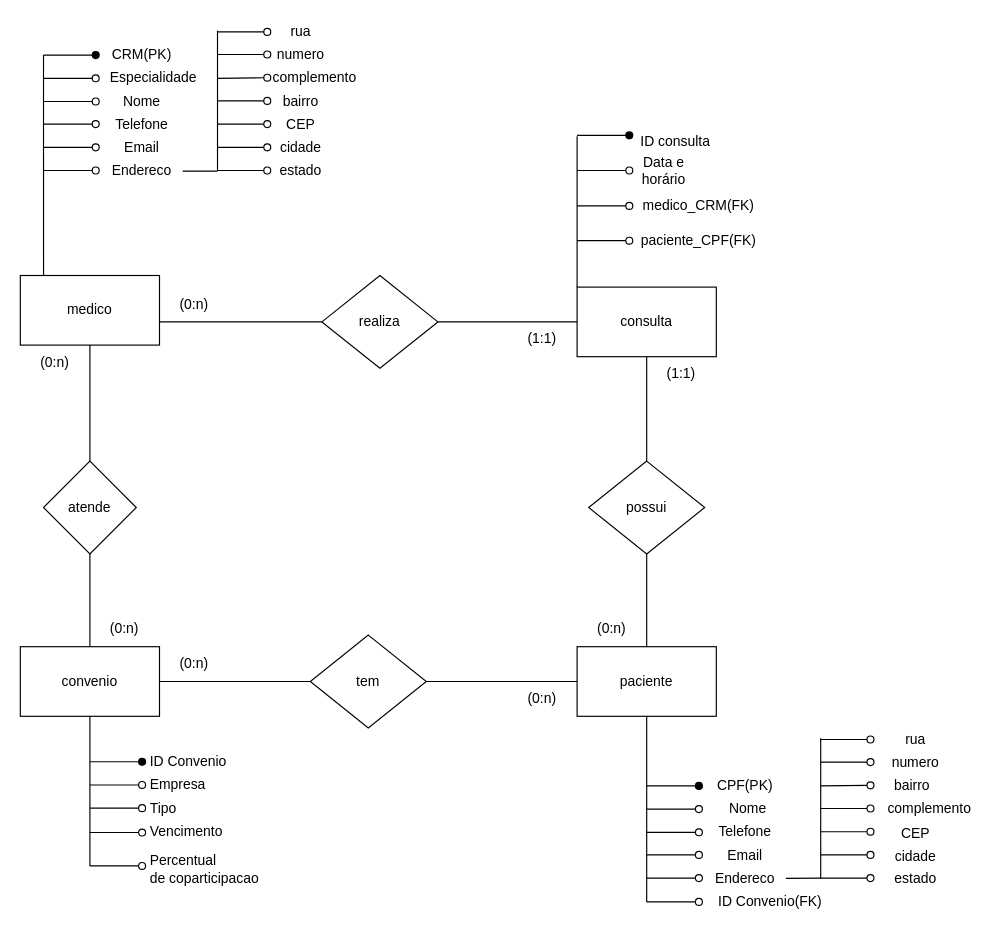
Above: Diagrama sem nome.drawio in MatheusPomper/Matheus-Pomper (draw.io), before the change. Source tidied: cells renumbered, new cells numbered last; positions are measured from the earlier drawing's top-left corner, leaving out a move shared by most shapes. Both pictures are drawn from the tidied source at 116%, with x=0, y=0 at pixel (20, 20).
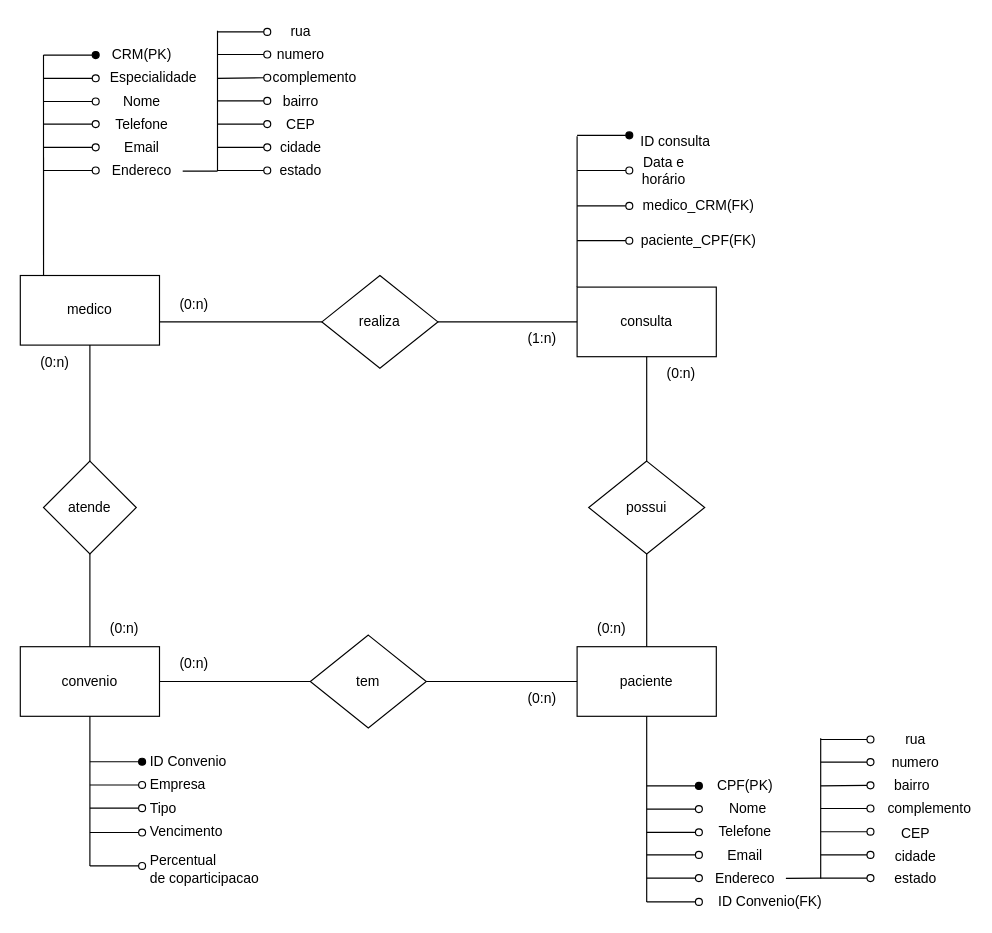
The same page after the edit.

Change to the diagram source:
```diff
@@
-    <mxCell id="96" value="(1:1)" style="text;html=1;align=center;verticalAlign=middle;whiteSpace=wrap;rounded=0;" parent="1" vertex="1">
+    <mxCell id="96" value="(0:n)" style="text;html=1;align=center;verticalAlign=middle;whiteSpace=wrap;rounded=0;" parent="1" vertex="1">
       <mxGeometry x="540" y="290" width="60" height="30" as="geometry" />
     </mxCell>
-    <mxCell id="97" value="(1:1)" style="text;html=1;align=center;verticalAlign=middle;whiteSpace=wrap;rounded=0;" parent="1" vertex="1">
+    <mxCell id="97" value="(1:n)" style="text;html=1;align=center;verticalAlign=middle;whiteSpace=wrap;rounded=0;" parent="1" vertex="1">
       <mxGeometry x="420" y="260" width="60" height="30" as="geometry" />
     </mxCell>
```
